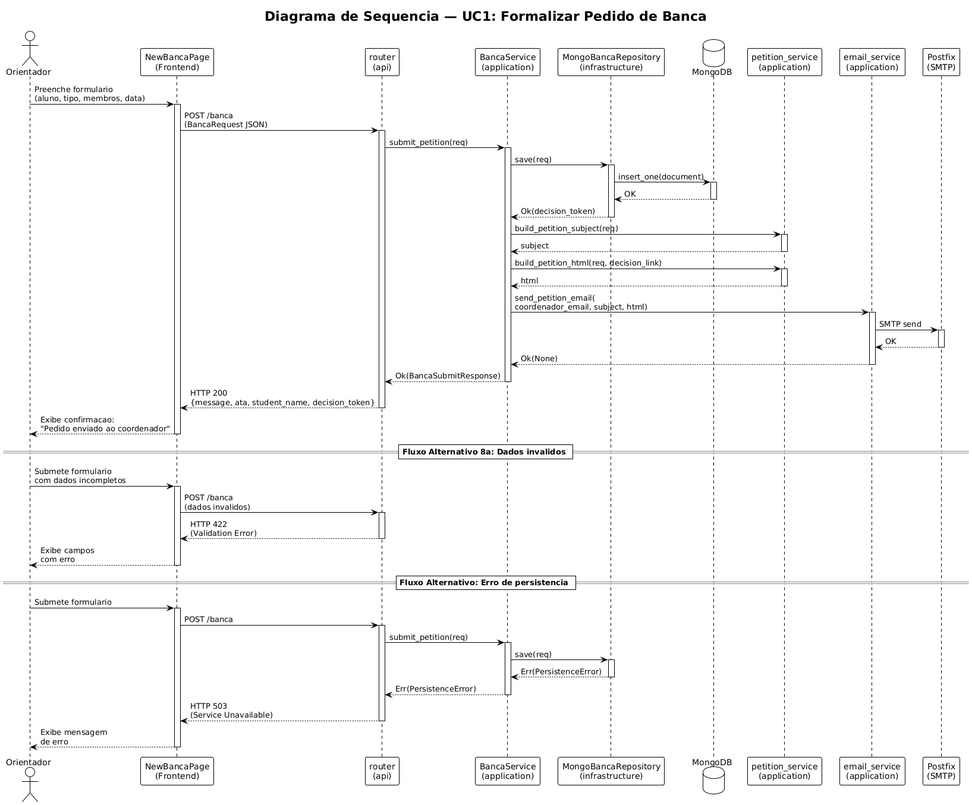
The PlantUML diagram documentation/images/sequence-uc1-submit.png in gabrielstoffel/eng_soft, before a commit.
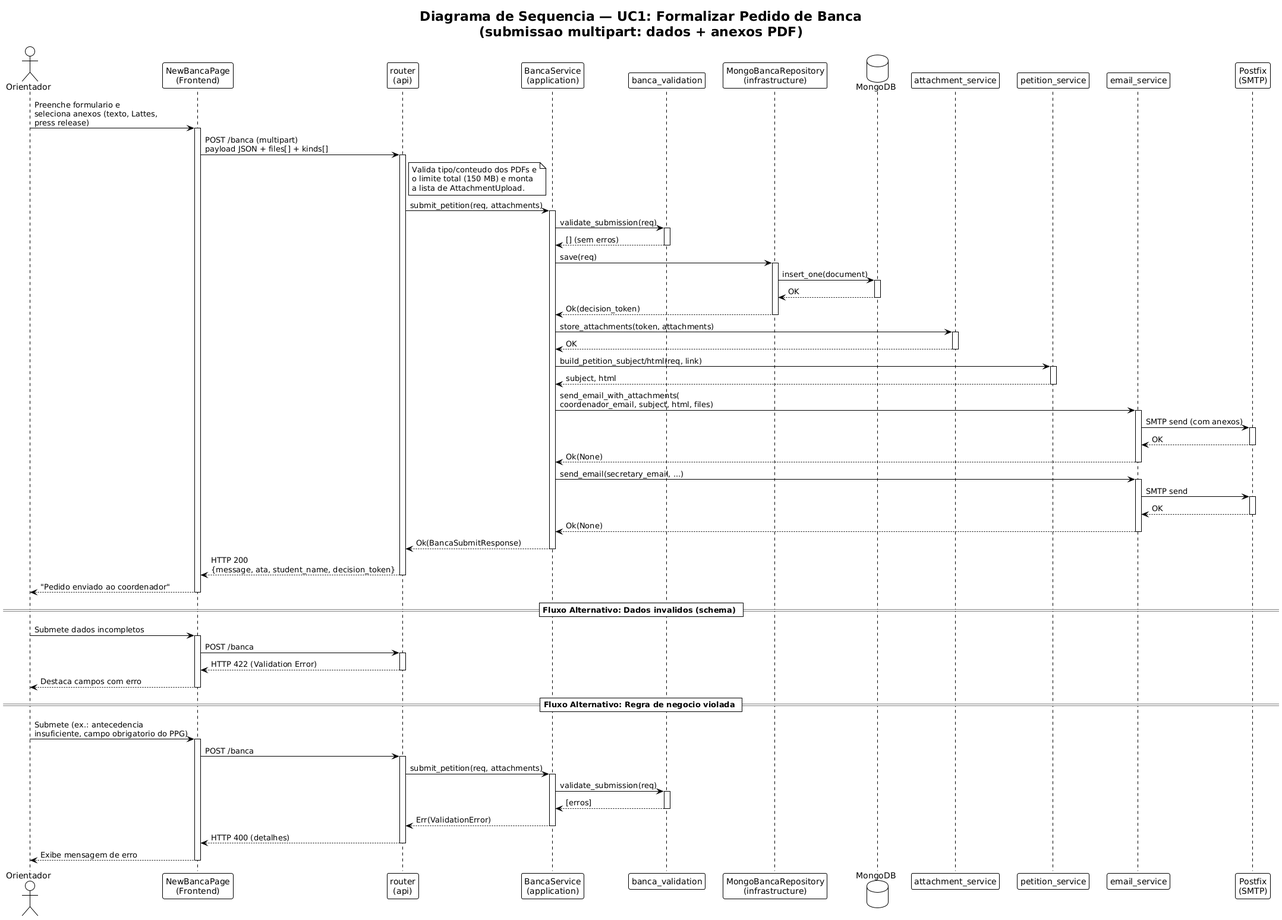
After the commit.

Diff of the diagram source:
```diff
@@ -2,27 +2,40 @@
 !theme plain
 skinparam shadowing false
 
-title Diagrama de Sequencia — UC1: Formalizar Pedido de Banca
+title Diagrama de Sequencia — UC1: Formalizar Pedido de Banca\n(submissao multipart: dados + anexos PDF)
 
 actor "Orientador" as orientador
 participant "NewBancaPage\n(Frontend)" as frontend
 participant "router\n(api)" as router
 participant "BancaService\n(application)" as service
+participant "banca_validation" as valid
 participant "MongoBancaRepository\n(infrastructure)" as repo
 database "MongoDB" as db
-participant "petition_service\n(application)" as petition
-participant "email_service\n(application)" as email
+participant "attachment_service" as att
+participant "petition_service" as petition
+participant "email_service" as email
 participant "Postfix\n(SMTP)" as smtp
 
 
-orientador -> frontend : Preenche formulario\n(aluno, tipo, membros, data)
+orientador -> frontend : Preenche formulario e\nseleciona anexos (texto, Lattes,\npress release)
 activate frontend
 
-frontend -> router : POST /banca\n(BancaRequest JSON)
+frontend -> router : POST /banca (multipart)\npayload JSON + files[] + kinds[]
 activate router
 
-router -> service : submit_petition(req)
+note right of router
+    Valida tipo/conteudo dos PDFs e
+    o limite total (150 MB) e monta
+    a lista de AttachmentUpload.
+end note
+
+router -> service : submit_petition(req, attachments)
 activate service
+
+service -> valid : validate_submission(req)
+activate valid
+valid --> service : [] (sem erros)
+deactivate valid
 
 service -> repo : save(req)
 activate repo
@@ -33,17 +46,26 @@
 repo --> service : Ok(decision_token)
 deactivate repo
 
-service -> petition : build_petition_subject(req)
+service -> att : store_attachments(token, attachments)
+activate att
+att --> service : OK
+deactivate att
+
+service -> petition : build_petition_subject/html(req, link)
 activate petition
-petition --> service : subject
+petition --> service : subject, html
 deactivate petition
 
-service -> petition : build_petition_html(req, decision_link)
-activate petition
-petition --> service : html
-deactivate petition
+service -> email : send_email_with_attachments(\ncoordenador_email, subject, html, files)
+activate email
+email -> smtp : SMTP send (com anexos)
+activate smtp
+smtp --> email : OK
+deactivate smtp
+email --> service : Ok(None)
+deactivate email
 
-service -> email : send_petition_email(\ncoordenador_email, subject, html)
+service -> email : send_email(secretary_email, ...)
 activate email
 email -> smtp : SMTP send
 activate smtp
@@ -58,37 +80,37 @@
 router --> frontend : HTTP 200\n{message, ata, student_name, decision_token}
 deactivate router
 
-frontend --> orientador : Exibe confirmacao:\n"Pedido enviado ao coordenador"
+frontend --> orientador : "Pedido enviado ao coordenador"
 deactivate frontend
 
-== Fluxo Alternativo 8a: Dados invalidos ==
+== Fluxo Alternativo: Dados invalidos (schema) ==
 
-orientador -> frontend : Submete formulario\ncom dados incompletos
-activate frontend
-frontend -> router : POST /banca\n(dados invalidos)
-activate router
-router --> frontend : HTTP 422\n(Validation Error)
-deactivate router
-frontend --> orientador : Exibe campos\ncom erro
-deactivate frontend
-
-== Fluxo Alternativo: Erro de persistencia ==
-
-orientador -> frontend : Submete formulario
+orientador -> frontend : Submete dados incompletos
 activate frontend
 frontend -> router : POST /banca
 activate router
-router -> service : submit_petition(req)
+router --> frontend : HTTP 422 (Validation Error)
+deactivate router
+frontend --> orientador : Destaca campos com erro
+deactivate frontend
+
+== Fluxo Alternativo: Regra de negocio violada ==
+
+orientador -> frontend : Submete (ex.: antecedencia\ninsuficiente, campo obrigatorio do PPG)
+activate frontend
+frontend -> router : POST /banca
+activate router
+router -> service : submit_petition(req, attachments)
 activate service
-service -> repo : save(req)
-activate repo
-repo --> service : Err(PersistenceError)
-deactivate repo
-service --> router : Err(PersistenceError)
+service -> valid : validate_submission(req)
+activate valid
+valid --> service : [erros]
+deactivate valid
+service --> router : Err(ValidationError)
 deactivate service
-router --> frontend : HTTP 503\n(Service Unavailable)
+router --> frontend : HTTP 400 (detalhes)
 deactivate router
-frontend --> orientador : Exibe mensagem\nde erro
+frontend --> orientador : Exibe mensagem de erro
 deactivate frontend
 
 @enduml
```
